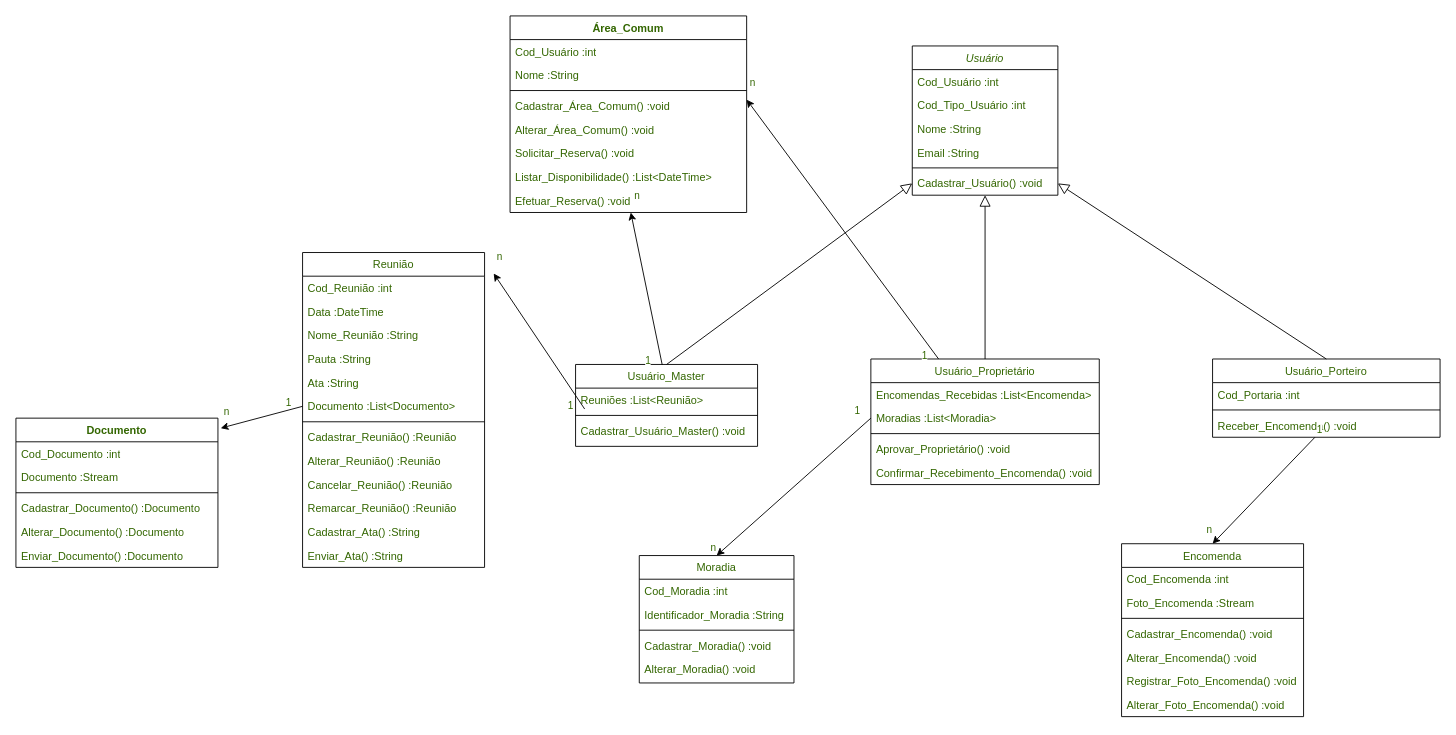
The draw.io diagram page "Diagrama de Classes" (1 of 3) of Diagrama sem nome.drawio in ICEI-PUC-Minas-PMV-ADS/pmv-ads-2023-1-e2-proj-int-t3-pmv-ads-2023-1-e3-proj-int-t3-time3-ci, before the edit. Source tidied: cells renumbered, new cells numbered last; positions are measured from the earlier drawing's top-left corner, leaving out a move shared by most shapes. Both pictures are drawn from the tidied source at 91%, with x=0, y=0 at pixel (15, 15).
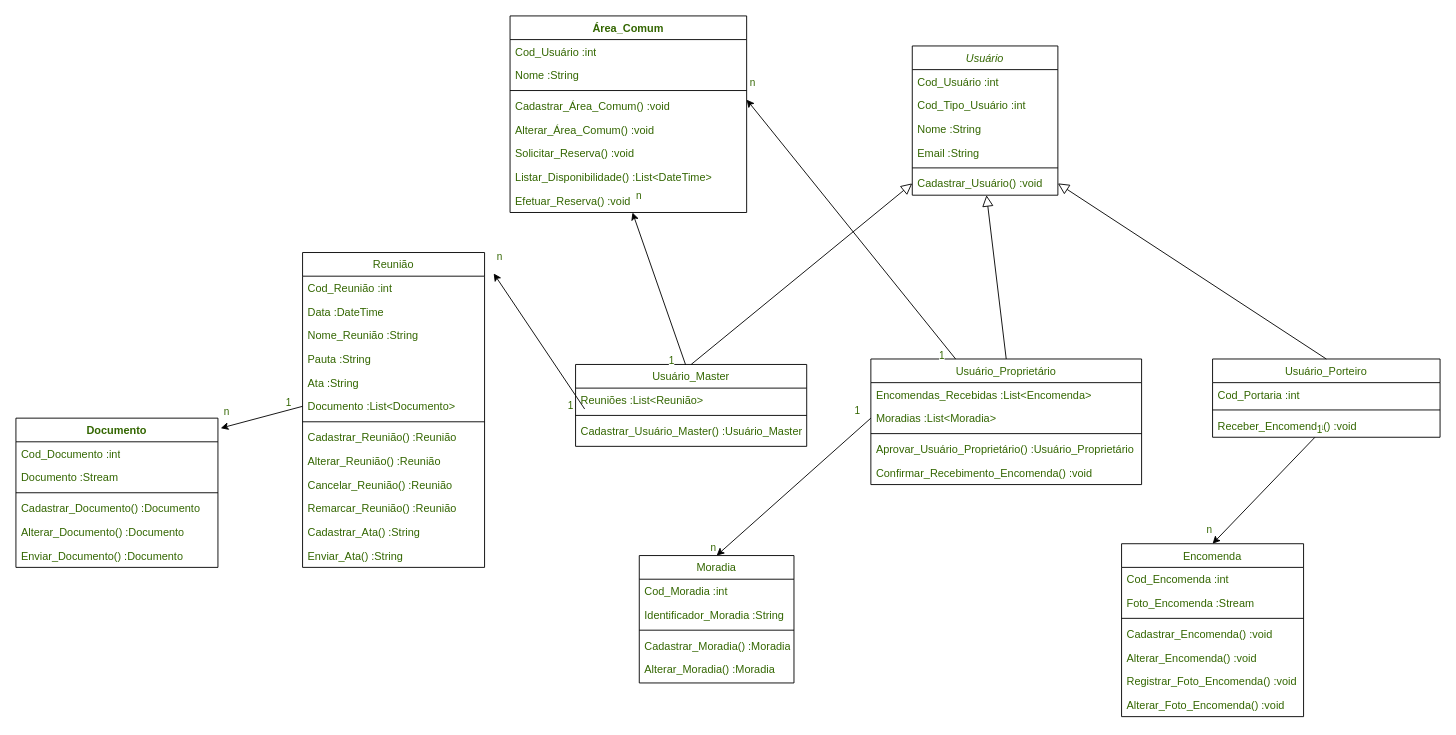
The same page after the edit.

The change refers to these unchanged cells:
```xml
<mxCell id="13" value="Moradia&#10;" style="swimlane;fontStyle=0;align=center;verticalAlign=top;horizontal=1;startSize=26;rounded=0;shadow=0;strokeWidth=1;fontColor=#336600;" parent="1" vertex="1">
  <mxGeometry x="685" y="593" width="170" height="140" as="geometry" />
</mxCell>
```

What changed in the source:
```diff
@@
     <mxCell id="9" value="Usuário_Master" style="swimlane;fontStyle=0;align=center;verticalAlign=top;horizontal=1;startSize=26;rounded=0;shadow=0;strokeWidth=1;fontColor=#336600;" parent="1" vertex="1">
-      <mxGeometry x="615" y="383" width="200" height="90" as="geometry" />
+      <mxGeometry x="615" y="383" width="254" height="90" as="geometry" />
     </mxCell>
     <mxCell id="10" value="Reuniões :List&lt;Reunião&gt;" style="text;align=left;verticalAlign=top;spacingLeft=4;spacingRight=4;overflow=hidden;fontColor=#336600;" parent="9" vertex="1">
-      <mxGeometry y="26" width="200" height="26" as="geometry" />
+      <mxGeometry y="26" width="254" height="26" as="geometry" />
     </mxCell>
     <mxCell id="11" style="line;html=1;strokeWidth=1;align=left;verticalAlign=middle;spacingTop=-1;spacingLeft=3;spacingRight=3;labelPosition=right;fontColor=#336600;" parent="9" vertex="1">
-      <mxGeometry y="52" width="200" height="8" as="geometry" />
+      <mxGeometry y="52" width="254" height="8" as="geometry" />
     </mxCell>
-    <mxCell id="12" value="Cadastrar_Usuário_Master() :void" style="text;align=left;verticalAlign=top;spacingLeft=4;spacingRight=4;overflow=hidden;fontColor=#336600;" parent="9" vertex="1">
-      <mxGeometry y="60" width="200" height="26" as="geometry" />
+    <mxCell id="12" value="Cadastrar_Usuário_Master() :Usuário_Master" style="text;align=left;verticalAlign=top;spacingLeft=4;spacingRight=4;overflow=hidden;fontColor=#336600;" parent="9" vertex="1">
+      <mxGeometry y="60" width="254" height="26" as="geometry" />
     </mxCell>
@@
-    <mxCell id="17" value="Cadastrar_Moradia() :void" style="text;align=left;verticalAlign=top;spacingLeft=4;spacingRight=4;overflow=hidden;fontStyle=0;fontColor=#336600;" parent="13" vertex="1">
+    <mxCell id="17" value="Cadastrar_Moradia() :Moradia" style="text;align=left;verticalAlign=top;spacingLeft=4;spacingRight=4;overflow=hidden;fontStyle=0;fontColor=#336600;" parent="13" vertex="1">
       <mxGeometry y="86" width="170" height="26" as="geometry" />
     </mxCell>
-    <mxCell id="18" value="Alterar_Moradia() :void" style="text;align=left;verticalAlign=top;spacingLeft=4;spacingRight=4;overflow=hidden;fontColor=#336600;" parent="13" vertex="1">
+    <mxCell id="18" value="Alterar_Moradia() :Moradia" style="text;align=left;verticalAlign=top;spacingLeft=4;spacingRight=4;overflow=hidden;fontColor=#336600;" parent="13" vertex="1">
       <mxGeometry y="112" width="170" height="26" as="geometry" />
     </mxCell>
@@
     <mxCell id="22" value="Usuário_Proprietário" style="swimlane;fontStyle=0;align=center;verticalAlign=top;horizontal=1;startSize=26;rounded=0;shadow=0;strokeWidth=1;fontColor=#336600;" parent="1" vertex="1">
-      <mxGeometry x="939.5" y="377" width="251" height="138" as="geometry" />
+      <mxGeometry x="939.5" y="377" width="297.5" height="138" as="geometry" />
     </mxCell>
     <mxCell id="23" value="Encomendas_Recebidas :List&lt;Encomenda&gt;" style="text;align=left;verticalAlign=top;spacingLeft=4;spacingRight=4;overflow=hidden;fontColor=#336600;" parent="22" vertex="1">
-      <mxGeometry y="26" width="251" height="26" as="geometry" />
+      <mxGeometry y="26" width="297.5" height="26" as="geometry" />
     </mxCell>
     <mxCell id="24" value="Moradias :List&lt;Moradia&gt;" style="text;align=left;verticalAlign=top;spacingLeft=4;spacingRight=4;overflow=hidden;points=[[0,0.5],[1,0.5]];portConstraint=eastwest;fontColor=#336600;" parent="22" vertex="1">
-      <mxGeometry y="52" width="251" height="26" as="geometry" />
+      <mxGeometry y="52" width="297.5" height="26" as="geometry" />
     </mxCell>
     <mxCell id="25" style="line;html=1;strokeWidth=1;align=left;verticalAlign=middle;spacingTop=-1;spacingLeft=3;spacingRight=3;labelPosition=right;fontColor=#336600;" parent="22" vertex="1">
-      <mxGeometry y="78" width="251" height="8" as="geometry" />
+      <mxGeometry y="78" width="297.5" height="8" as="geometry" />
     </mxCell>
-    <mxCell id="26" value="Aprovar_Proprietário() :void" style="text;align=left;verticalAlign=top;spacingLeft=4;spacingRight=4;overflow=hidden;fontStyle=0;fontColor=#336600;" parent="22" vertex="1">
-      <mxGeometry y="86" width="251" height="26" as="geometry" />
+    <mxCell id="26" value="Aprovar_Usuário_Proprietário() :Usuário_Proprietário" style="text;align=left;verticalAlign=top;spacingLeft=4;spacingRight=4;overflow=hidden;fontStyle=0;fontColor=#336600;" parent="22" vertex="1">
+      <mxGeometry y="86" width="297.5" height="26" as="geometry" />
     </mxCell>
     <mxCell id="27" value="Confirmar_Recebimento_Encomenda() :void" style="text;align=left;verticalAlign=top;spacingLeft=4;spacingRight=4;overflow=hidden;fontStyle=0;fontColor=#336600;" parent="22" vertex="1">
-      <mxGeometry y="112" width="251" height="26" as="geometry" />
+      <mxGeometry y="112" width="297.5" height="26" as="geometry" />
     </mxCell>
```
